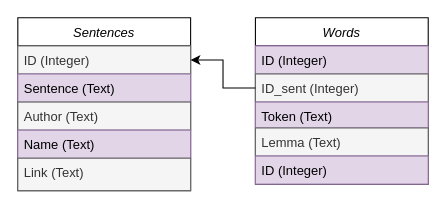
Before: project_stenza.drawio in harlamovads/random-snippets-of-code, a draw.io diagram. Source tidied: cells renumbered, new cells numbered last; positions are measured from the earlier drawing's top-left corner, leaving out a move shared by most shapes. Both pictures are drawn from the tidied source at 108%, with x=0, y=0 at pixel (17, 17).
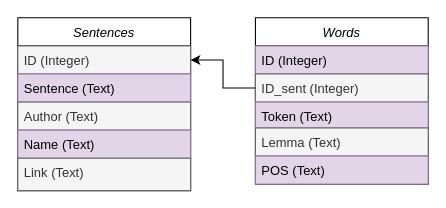
The same page after the edit.

The edit, as a diff of the source:
```diff
@@
 <mxGraphModel>
   <root>
     <mxCell id="0" />
     <mxCell id="1" parent="0" />
     <mxCell id="2" value="Sentences" style="swimlane;fontStyle=2;align=center;verticalAlign=top;horizontal=1;startSize=26;rounded=0;shadow=0;strokeWidth=1;" parent="1" vertex="1">
       <mxGeometry width="160" height="160" as="geometry" />
     </mxCell>
     <mxCell id="3" value="ID (Integer)" style="text;align=left;verticalAlign=top;spacingLeft=4;spacingRight=4;overflow=hidden;points=[[0,0.5],[1,0.5]];portConstraint=eastwest;fillColor=#f5f5f5;fontColor=#333333;strokeColor=#666666;" parent="2" vertex="1">
       <mxGeometry y="26" width="160" height="26" as="geometry" />
     </mxCell>
     <mxCell id="4" value="Sentence (Text)" style="text;align=left;verticalAlign=top;spacingLeft=4;spacingRight=4;overflow=hidden;rounded=0;shadow=0;html=0;fillColor=#e1d5e7;strokeColor=#9673a6;" parent="2" vertex="1">
       <mxGeometry y="52" width="160" height="26" as="geometry" />
     </mxCell>
     <mxCell id="5" value="Author (Text)" style="text;align=left;verticalAlign=top;spacingLeft=4;spacingRight=4;overflow=hidden;rounded=0;shadow=0;html=0;fillColor=#f5f5f5;strokeColor=#666666;fontColor=#333333;" parent="2" vertex="1">
       <mxGeometry y="78" width="160" height="26" as="geometry" />
     </mxCell>
     <mxCell id="6" value="Name (Text)" style="text;align=left;verticalAlign=top;spacingLeft=4;spacingRight=4;overflow=hidden;rounded=0;shadow=0;html=0;fillColor=#e1d5e7;strokeColor=#9673a6;" parent="2" vertex="1">
       <mxGeometry y="104" width="160" height="26" as="geometry" />
     </mxCell>
     <mxCell id="7" value="Link (Text)" style="text;align=left;verticalAlign=top;spacingLeft=4;spacingRight=4;overflow=hidden;rounded=0;shadow=0;html=0;fillColor=#f5f5f5;strokeColor=#666666;fontColor=#333333;" parent="2" vertex="1">
       <mxGeometry y="130" width="160" height="30" as="geometry" />
     </mxCell>
     <mxCell id="8" value="Words" style="swimlane;fontStyle=2;align=center;verticalAlign=top;horizontal=1;startSize=26;rounded=0;shadow=0;strokeWidth=1;" parent="1" vertex="1">
       <mxGeometry x="220" width="160" height="154" as="geometry" />
     </mxCell>
     <mxCell id="9" value="ID (Integer)" style="text;align=left;verticalAlign=top;spacingLeft=4;spacingRight=4;overflow=hidden;fillColor=#e1d5e7;strokeColor=#9673a6;" parent="8" vertex="1">
       <mxGeometry y="26" width="160" height="26" as="geometry" />
     </mxCell>
     <mxCell id="10" value="ID_sent (Integer)" style="text;align=left;verticalAlign=top;spacingLeft=4;spacingRight=4;overflow=hidden;points=[[0,0.5],[1,0.5]];portConstraint=eastwest;rounded=0;shadow=0;html=0;fillColor=#f5f5f5;fontColor=#333333;strokeColor=#666666;" parent="8" vertex="1">
       <mxGeometry y="52" width="160" height="26" as="geometry" />
     </mxCell>
     <mxCell id="11" value="Token (Text)" style="text;align=left;verticalAlign=top;spacingLeft=4;spacingRight=4;overflow=hidden;rounded=0;shadow=0;html=0;fillColor=#e1d5e7;strokeColor=#9673a6;" parent="8" vertex="1">
       <mxGeometry y="78" width="160" height="24" as="geometry" />
     </mxCell>
     <mxCell id="12" value="Lemma (Text)" style="text;align=left;verticalAlign=top;spacingLeft=4;spacingRight=4;overflow=hidden;rounded=0;shadow=0;html=0;fillColor=#f5f5f5;fontColor=#333333;strokeColor=#666666;" parent="8" vertex="1">
       <mxGeometry y="102" width="160" height="26" as="geometry" />
     </mxCell>
-    <mxCell id="13" value="ID (Integer)" style="text;align=left;verticalAlign=top;spacingLeft=4;spacingRight=4;overflow=hidden;fillColor=#e1d5e7;strokeColor=#9673a6;" parent="8" vertex="1">
+    <mxCell id="13" value="POS (Text)" style="text;align=left;verticalAlign=top;spacingLeft=4;spacingRight=4;overflow=hidden;fillColor=#e1d5e7;strokeColor=#9673a6;" parent="8" vertex="1">
       <mxGeometry y="128" width="160" height="26" as="geometry" />
     </mxCell>
     <mxCell id="14" style="edgeStyle=orthogonalEdgeStyle;rounded=0;jettySize=auto;html=1;entryX=1;entryY=0.5;entryDx=0;entryDy=0;" parent="1" edge="1" source="10" target="3">
       <mxGeometry relative="1" as="geometry" />
     </mxCell>
   </root>
 </mxGraphModel>
```
